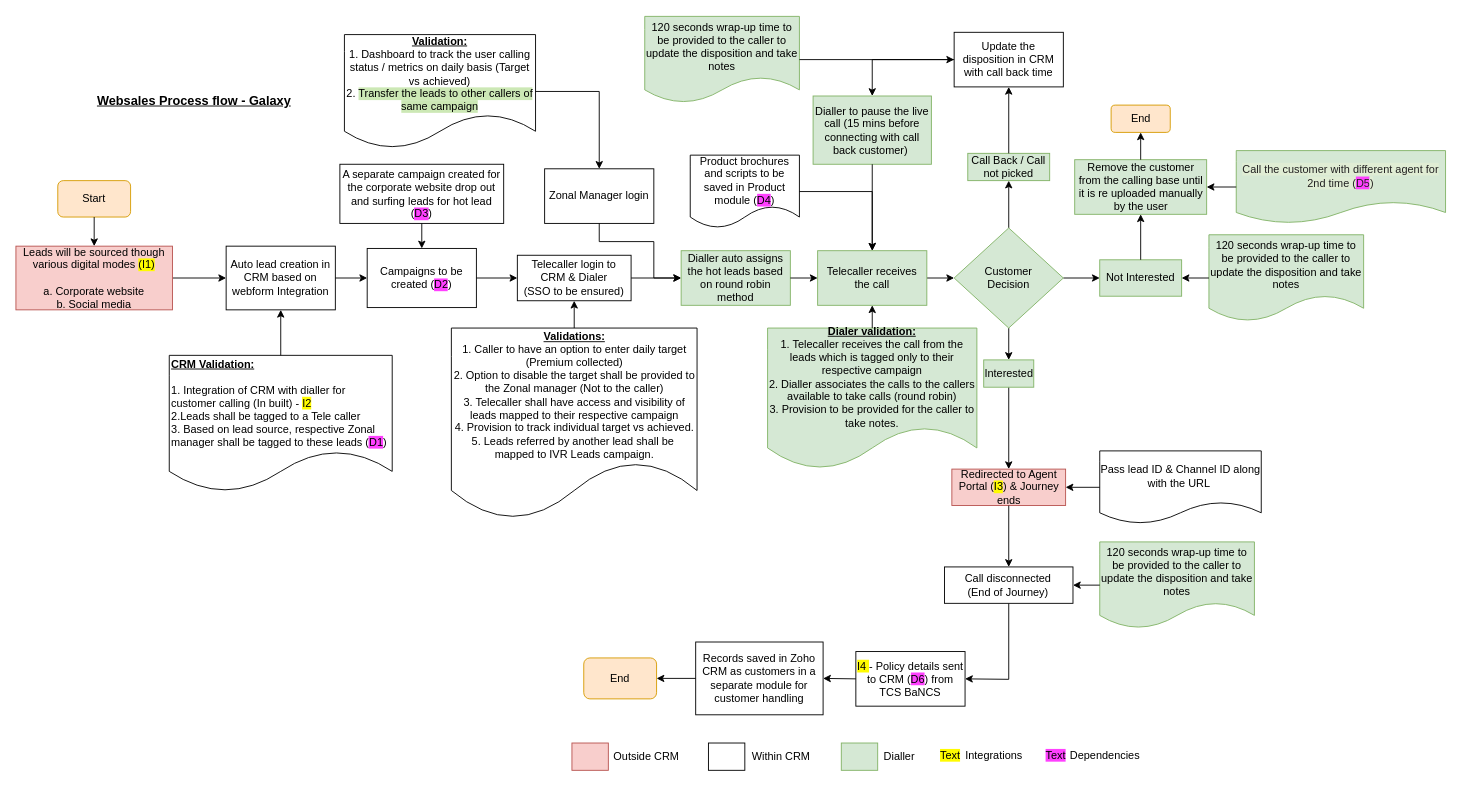
Earlier version of the draw.io diagram WebSales Revised.drawio (shaileshsreedar/Galaxy). Source tidied: cells renumbered, new cells numbered last; positions are measured from the earlier drawing's top-left corner, leaving out a move shared by most shapes. Both pictures are drawn from the tidied source at 91%, with x=0, y=0 at pixel (15, 15).
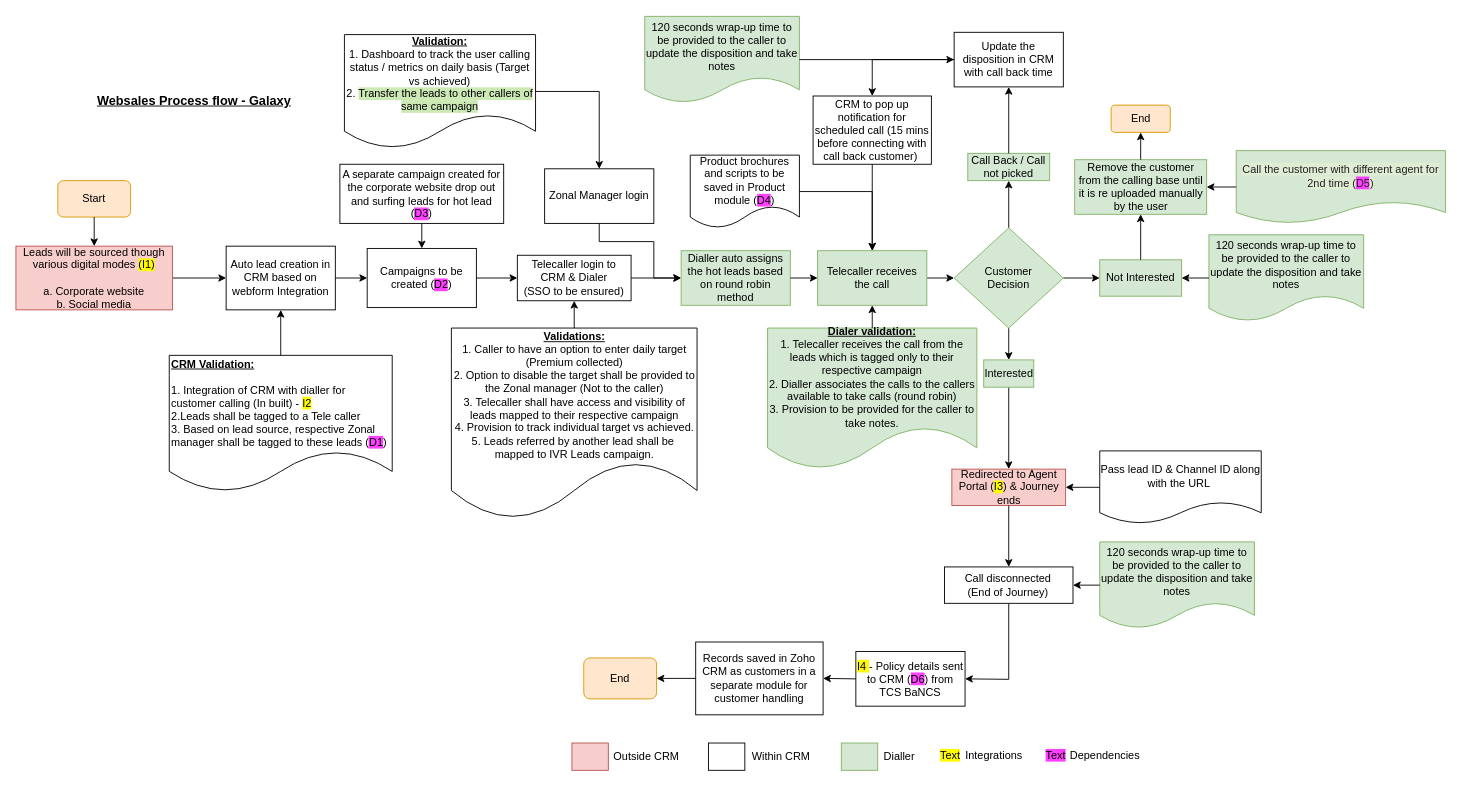
Above is the later version.

What changed in the source:
```diff
@@
-    <mxCell id="28" value="Dialler to pause the live call (15 mins before connecting with call back customer)&amp;nbsp;" style="rounded=0;whiteSpace=wrap;html=1;fillColor=#d5e8d4;strokeColor=#82b366;" parent="1" vertex="1">
+    <mxCell id="28" value="CRM to pop up notification for scheduled call (15 mins before connecting with call back customer)&amp;nbsp;" style="rounded=0;whiteSpace=wrap;html=1;" parent="1" vertex="1">
       <mxGeometry x="876" y="88" width="130" height="75" as="geometry" />
     </mxCell>
```
